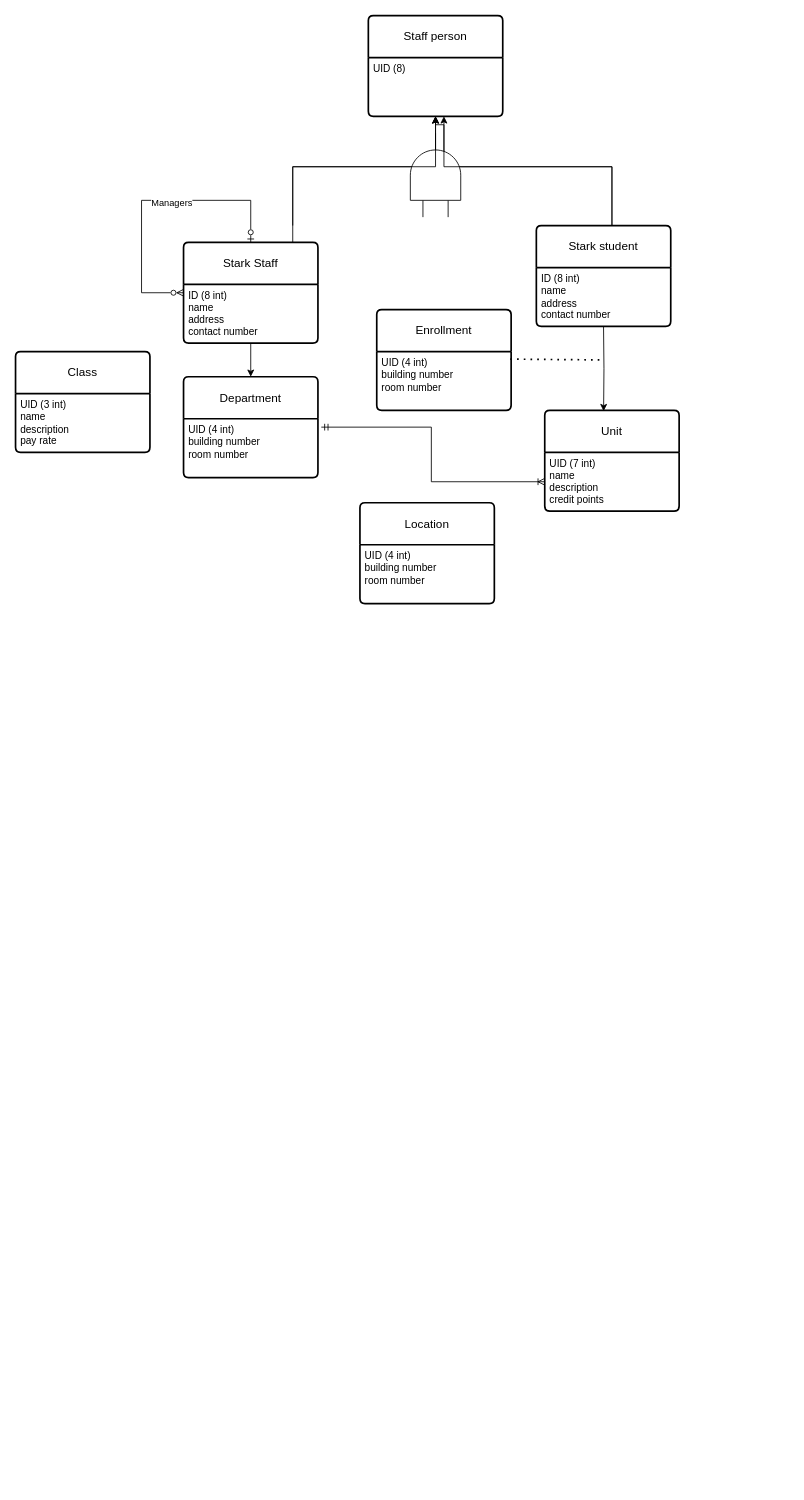
The draw.io diagram Untitled Diagram.drawio in Trivoz/Trivoz, before the edit. Source tidied: cells renumbered, new cells numbered last; positions are measured from the earlier drawing's top-left corner, leaving out a move shared by most shapes. Both pictures are drawn from the tidied source at 84%, with x=0, y=0 at pixel (15, 15).
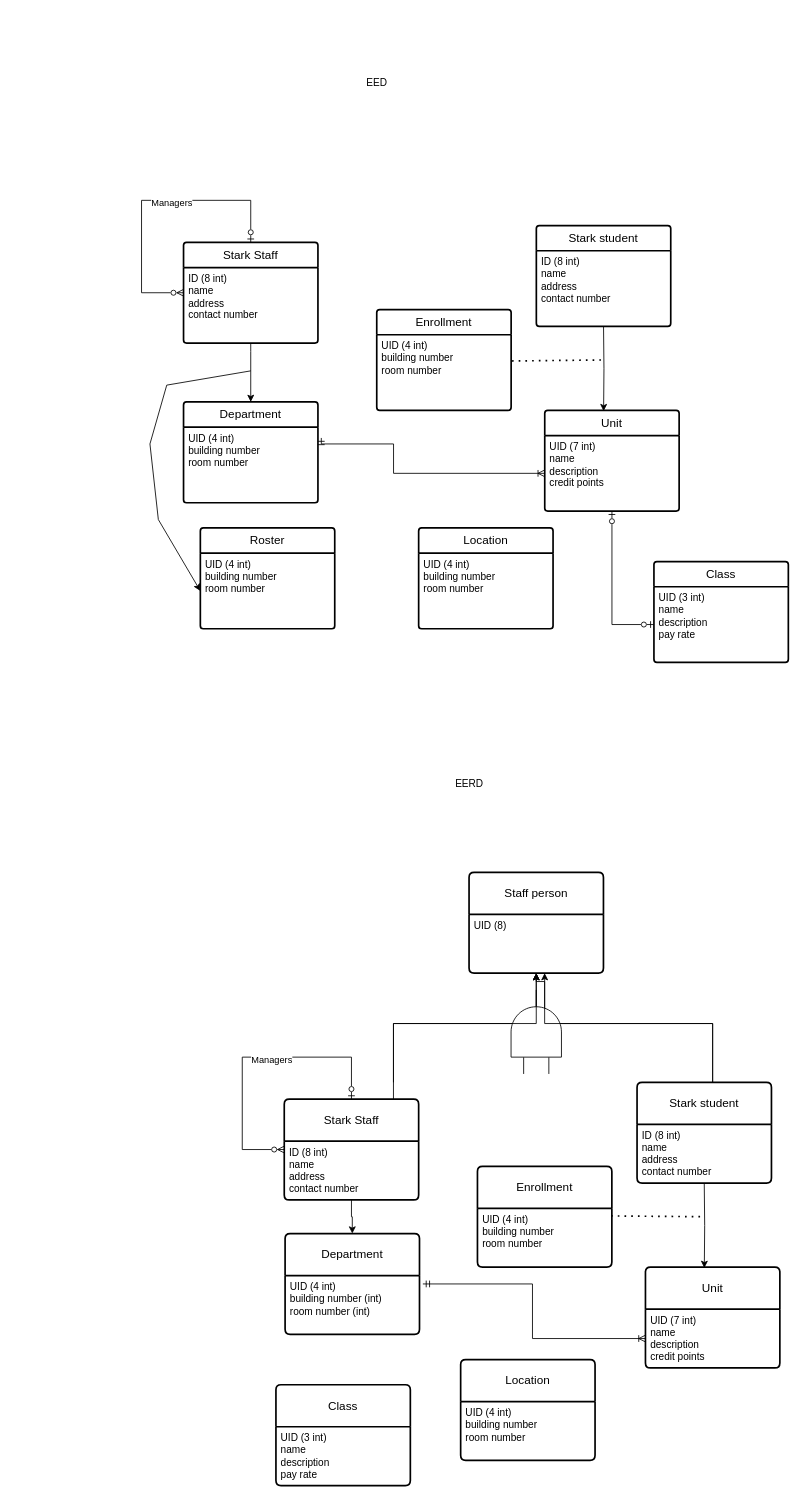
The same page after the edit.

Change to the diagram source:
```diff
@@
-    <mxCell id="2" style="edgeStyle=orthogonalEdgeStyle;rounded=0;jettySize=auto;html=1;" parent="1" edge="1" source="5" target="11">
-      <mxGeometry relative="1" as="geometry">
-        <Array as="points">
-          <mxPoint x="330" y="180" />
-          <mxPoint x="500" y="180" />
-        </Array>
-      </mxGeometry>
-    </mxCell>
@@
-    <mxCell id="5" value="Stark Staff" style="swimlane;horizontal=1;startSize=50;rounded=1;fontSize=14;fontStyle=0;strokeWidth=2;shadow=0;dashed=0;align=center;arcSize=4;whiteSpace=wrap;html=1;" parent="1" vertex="1">
+    <mxCell id="5" value="Stark Staff" style="swimlane;horizontal=1;startSize=30;rounded=1;fontSize=14;fontStyle=0;strokeWidth=2;shadow=0;dashed=0;align=center;arcSize=4;whiteSpace=wrap;html=1;" parent="1" vertex="1">
       <mxGeometry x="200" y="270" width="160" height="120" as="geometry" />
     </mxCell>
     <mxCell id="6" value="ID (8 int)&lt;br style=&quot;border-color: var(--border-color);&quot;&gt;name&lt;br style=&quot;border-color: var(--border-color);&quot;&gt;address&lt;br style=&quot;border-color: var(--border-color);&quot;&gt;contact number" style="align=left;strokeColor=none;fillColor=none;spacingLeft=4;fontSize=12;verticalAlign=top;html=1;" parent="5" vertex="1">
-      <mxGeometry y="50" width="160" height="70" as="geometry" />
+      <mxGeometry y="30" width="160" height="90" as="geometry" />
     </mxCell>
-    <mxCell id="7" style="edgeStyle=orthogonalEdgeStyle;rounded=0;jettySize=auto;html=1;entryX=0.5;entryY=1;entryDx=0;entryDy=0;" parent="1" edge="1" source="8" target="11">
-      <mxGeometry relative="1" as="geometry">
-        <Array as="points">
-          <mxPoint x="710" y="180" />
-          <mxPoint x="510" y="180" />
-          <mxPoint x="510" y="130" />
-          <mxPoint x="500" y="130" />
-        </Array>
-      </mxGeometry>
-    </mxCell>
-    <mxCell id="8" value="Stark student" style="swimlane;horizontal=1;startSize=50;rounded=1;fontSize=14;fontStyle=0;strokeWidth=2;shadow=0;dashed=0;align=center;arcSize=4;whiteSpace=wrap;html=1;" parent="1" vertex="1">
+    <mxCell id="8" value="Stark student" style="swimlane;horizontal=1;startSize=30;rounded=1;fontSize=14;fontStyle=0;strokeWidth=2;shadow=0;dashed=0;align=center;arcSize=4;whiteSpace=wrap;html=1;" parent="1" vertex="1">
       <mxGeometry x="620" y="250" width="160" height="120" as="geometry" />
     </mxCell>
     <mxCell id="9" value="ID (8 int)&lt;br&gt;name&lt;br&gt;address&lt;br&gt;contact number" style="align=left;strokeColor=none;fillColor=none;spacingLeft=4;fontSize=12;verticalAlign=top;html=1;" parent="8" vertex="1">
-      <mxGeometry y="50" width="160" height="70" as="geometry" />
+      <mxGeometry y="30" width="160" height="90" as="geometry" />
     </mxCell>
-    <mxCell id="10" value="Staff person" style="swimlane;horizontal=1;startSize=50;rounded=1;fontSize=14;fontStyle=0;strokeWidth=2;shadow=0;dashed=0;align=center;arcSize=4;whiteSpace=wrap;html=1;" parent="1" vertex="1">
-      <mxGeometry x="420" width="160" height="120" as="geometry" />
-    </mxCell>
-    <mxCell id="11" value="UID (8)" style="align=left;strokeColor=none;fillColor=none;spacingLeft=4;fontSize=12;verticalAlign=top;html=1;" parent="10" vertex="1">
-      <mxGeometry y="50" width="160" height="70" as="geometry" />
-    </mxCell>
-    <mxCell id="12" style="verticalLabelPosition=bottom;shadow=0;dashed=0;align=center;html=1;verticalAlign=top;shape=mxgraph.electrical.logic_gates.logic_gate;operation=and;rotation=-90;" parent="1" vertex="1">
-      <mxGeometry x="450" y="160" width="100" height="60" as="geometry" />
-    </mxCell>
-    <mxCell id="13" style="edgeStyle=orthogonalEdgeStyle;rounded=0;orthogonalLoop=1;jettySize=auto;html=1;entryX=0.5;entryY=1;entryDx=0;entryDy=0;" parent="1" edge="1">
-      <mxGeometry relative="1" as="geometry">
-        <mxPoint x="710" y="250" as="sourcePoint" />
-        <mxPoint x="510" y="120" as="targetPoint" />
-        <Array as="points">
-          <mxPoint x="710" y="180" />
-          <mxPoint x="510" y="180" />
-        </Array>
-      </mxGeometry>
-    </mxCell>
-    <mxCell id="14" style="edgeStyle=orthogonalEdgeStyle;rounded=0;jettySize=auto;html=1;entryX=0.5;entryY=1;entryDx=0;entryDy=0;" parent="1" edge="1" target="11">
-      <mxGeometry relative="1" as="geometry">
-        <mxPoint x="330" y="250" as="sourcePoint" />
-        <Array as="points">
-          <mxPoint x="330" y="180" />
-          <mxPoint x="500" y="180" />
-        </Array>
-      </mxGeometry>
-    </mxCell>
-    <mxCell id="15" value="Class" style="swimlane;horizontal=1;startSize=50;rounded=1;fontSize=14;fontStyle=0;strokeWidth=2;shadow=0;dashed=0;align=center;arcSize=4;whiteSpace=wrap;html=1;" parent="1" vertex="1">
-      <mxGeometry y="400" width="160" height="120" as="geometry" />
+    <mxCell id="15" value="Class" style="swimlane;horizontal=1;startSize=30;rounded=1;fontSize=14;fontStyle=0;strokeWidth=2;shadow=0;dashed=0;align=center;arcSize=4;whiteSpace=wrap;html=1;" parent="1" vertex="1">
+      <mxGeometry x="760" y="650" width="160" height="120" as="geometry" />
     </mxCell>
     <mxCell id="16" value="UID (3 int)&lt;br&gt;name&lt;br&gt;description&lt;br&gt;pay rate" style="align=left;strokeColor=none;fillColor=none;spacingLeft=4;fontSize=12;verticalAlign=top;html=1;" parent="15" vertex="1">
-      <mxGeometry y="50" width="160" height="70" as="geometry" />
+      <mxGeometry y="30" width="160" height="90" as="geometry" />
     </mxCell>
-    <mxCell id="17" value="Location" style="swimlane;horizontal=1;startSize=50;rounded=1;fontSize=14;fontStyle=0;strokeWidth=2;shadow=0;dashed=0;align=center;arcSize=4;whiteSpace=wrap;html=1;" parent="1" vertex="1">
-      <mxGeometry x="410" y="580" width="160" height="120" as="geometry" />
+    <mxCell id="17" value="Location" style="swimlane;horizontal=1;startSize=30;rounded=1;fontSize=14;fontStyle=0;strokeWidth=2;shadow=0;dashed=0;align=center;arcSize=4;whiteSpace=wrap;html=1;" parent="1" vertex="1">
+      <mxGeometry x="479.9" y="610" width="160" height="120" as="geometry" />
     </mxCell>
     <mxCell id="18" value="UID (4 int)&lt;br&gt;building number&amp;nbsp;&lt;br&gt;room number&lt;span style=&quot;white-space: pre;&quot;&gt; &lt;/span&gt;" style="align=left;strokeColor=none;fillColor=none;spacingLeft=4;fontSize=12;verticalAlign=top;html=1;" parent="17" vertex="1">
-      <mxGeometry y="50" width="160" height="70" as="geometry" />
+      <mxGeometry y="30" width="160" height="90" as="geometry" />
     </mxCell>
-    <mxCell id="19" value="Unit" style="swimlane;horizontal=1;startSize=50;rounded=1;fontSize=14;fontStyle=0;strokeWidth=2;shadow=0;dashed=0;align=center;arcSize=4;whiteSpace=wrap;html=1;" parent="1" vertex="1">
+    <mxCell id="19" value="Unit" style="swimlane;horizontal=1;startSize=30;rounded=1;fontSize=14;fontStyle=0;strokeWidth=2;shadow=0;dashed=0;align=center;arcSize=4;whiteSpace=wrap;html=1;" parent="1" vertex="1">
       <mxGeometry x="630" y="470" width="160" height="120" as="geometry" />
     </mxCell>
     <mxCell id="20" value="UID (7 int)&lt;br&gt;name&lt;br&gt;description&lt;br&gt;credit points" style="align=left;strokeColor=none;fillColor=none;spacingLeft=4;fontSize=12;verticalAlign=top;html=1;" parent="19" vertex="1">
-      <mxGeometry y="50" width="160" height="70" as="geometry" />
+      <mxGeometry y="30" width="160" height="90" as="geometry" />
     </mxCell>
-    <mxCell id="21" value="Enrollment" style="swimlane;horizontal=1;startSize=50;rounded=1;fontSize=14;fontStyle=0;strokeWidth=2;shadow=0;dashed=0;align=center;arcSize=4;whiteSpace=wrap;html=1;" parent="1" vertex="1">
+    <mxCell id="21" value="Enrollment" style="swimlane;horizontal=1;startSize=30;rounded=1;fontSize=14;fontStyle=0;strokeWidth=2;shadow=0;dashed=0;align=center;arcSize=4;whiteSpace=wrap;html=1;" parent="1" vertex="1">
       <mxGeometry x="430" y="350" width="160" height="120" as="geometry" />
     </mxCell>
     <mxCell id="22" value="UID (4 int)&lt;br&gt;building number&amp;nbsp;&lt;br&gt;room number&lt;span style=&quot;white-space: pre;&quot;&gt; &lt;/span&gt;" style="align=left;strokeColor=none;fillColor=none;spacingLeft=4;fontSize=12;verticalAlign=top;html=1;" parent="21" vertex="1">
-      <mxGeometry y="50" width="160" height="70" as="geometry" />
+      <mxGeometry y="30" width="160" height="90" as="geometry" />
     </mxCell>
@@
-    <mxCell id="24" style="endArrow=none;dashed=1;html=1;dashPattern=1 3;strokeWidth=2;rounded=0;exitX=0.994;exitY=0.129;exitDx=0;exitDy=0;exitPerimeter=0;" parent="1" edge="1" source="22">
+    <mxCell id="24" style="endArrow=none;dashed=1;html=1;dashPattern=1 3;strokeWidth=2;rounded=0;exitX=1.006;exitY=0.347;exitDx=0;exitDy=0;exitPerimeter=0;" parent="1" edge="1" source="22">
       <mxGeometry relative="1" as="geometry">
         <mxPoint x="700" y="410" as="targetPoint" />
       </mxGeometry>
     </mxCell>
-    <mxCell id="25" value="Department" style="swimlane;horizontal=1;startSize=50;rounded=1;fontSize=14;fontStyle=0;strokeWidth=2;shadow=0;dashed=0;align=center;arcSize=4;whiteSpace=wrap;html=1;" parent="1" vertex="1">
-      <mxGeometry x="200" y="430" width="160" height="120" as="geometry" />
+    <mxCell id="25" value="Department" style="swimlane;horizontal=1;startSize=30;rounded=1;fontSize=14;fontStyle=0;strokeWidth=2;shadow=0;dashed=0;align=center;arcSize=4;whiteSpace=wrap;html=1;" parent="1" vertex="1">
+      <mxGeometry x="200" y="460" width="160" height="120" as="geometry" />
     </mxCell>
     <mxCell id="26" value="UID (4 int)&lt;br&gt;building number&amp;nbsp;&lt;br&gt;room number&lt;span style=&quot;white-space: pre;&quot;&gt; &lt;/span&gt;" style="align=left;strokeColor=none;fillColor=none;spacingLeft=4;fontSize=12;verticalAlign=top;html=1;" parent="25" vertex="1">
-      <mxGeometry y="50" width="160" height="70" as="geometry" />
+      <mxGeometry y="30" width="160" height="90" as="geometry" />
     </mxCell>
     <mxCell id="27" style="edgeStyle=orthogonalEdgeStyle;rounded=0;jettySize=auto;html=1;entryX=0.5;entryY=0;entryDx=0;entryDy=0;" parent="1" edge="1" source="6" target="25">
-      <mxGeometry relative="1" as="geometry" />
+      <mxGeometry relative="1" as="geometry">
+        <Array as="points">
+          <mxPoint x="280" y="400" />
+          <mxPoint x="280" y="400" />
+        </Array>
+      </mxGeometry>
     </mxCell>
     <mxCell id="28" style="edgeStyle=orthogonalEdgeStyle;rounded=0;jettySize=auto;html=1;entryX=1.025;entryY=0.143;entryDx=0;entryDy=0;entryPerimeter=0;endArrow=ERmandOne;endFill=0;startArrow=ERoneToMany;startFill=0;" parent="1" edge="1" source="20" target="26">
-      <mxGeometry relative="1" as="geometry" />
+      <mxGeometry relative="1" as="geometry">
+        <Array as="points">
+          <mxPoint x="450" y="545" />
+          <mxPoint x="450" y="510" />
+          <mxPoint x="364" y="510" />
+        </Array>
+      </mxGeometry>
     </mxCell>
+    <mxCell id="29" style="edgeStyle=orthogonalEdgeStyle;rounded=0;jettySize=auto;html=1;" parent="1" edge="1" source="32" target="11">
+      <mxGeometry relative="1" as="geometry">
+        <Array as="points">
+          <mxPoint x="449.9" y="1200" />
+          <mxPoint x="619.9" y="1200" />
+        </Array>
+      </mxGeometry>
+    </mxCell>
+    <mxCell id="30" style="edgeStyle=orthogonalEdgeStyle;rounded=0;orthogonalLoop=1;jettySize=auto;html=1;entryX=0.5;entryY=0;entryDx=0;entryDy=0;startArrow=ERzeroToMany;startFill=0;endArrow=ERzeroToOne;endFill=0;" parent="1" edge="1" source="32" target="32">
+      <mxGeometry relative="1" as="geometry">
+        <Array as="points">
+          <mxPoint x="269.9" y="1350" />
+          <mxPoint x="269.9" y="1240" />
+          <mxPoint x="399.9" y="1240" />
+        </Array>
+      </mxGeometry>
+    </mxCell>
+    <mxCell id="31" value="Managers" style="edgeLabel;html=1;align=center;verticalAlign=middle;" parent="30" vertex="1">
+      <mxGeometry x="0.15" y="-2" relative="1" as="geometry" />
+    </mxCell>
+    <mxCell id="32" value="Stark Staff" style="swimlane;horizontal=1;startSize=50;rounded=1;fontSize=14;fontStyle=0;strokeWidth=2;shadow=0;dashed=0;align=center;arcSize=4;whiteSpace=wrap;html=1;" parent="1" vertex="1">
+      <mxGeometry x="319.9" y="1290" width="160" height="120" as="geometry" />
+    </mxCell>
+    <mxCell id="33" value="ID (8 int)&lt;br style=&quot;border-color: var(--border-color);&quot;&gt;name&lt;br style=&quot;border-color: var(--border-color);&quot;&gt;address&lt;br style=&quot;border-color: var(--border-color);&quot;&gt;contact number" style="align=left;strokeColor=none;fillColor=none;spacingLeft=4;fontSize=12;verticalAlign=top;html=1;" parent="32" vertex="1">
+      <mxGeometry y="50" width="160" height="70" as="geometry" />
+    </mxCell>
+    <mxCell id="34" style="edgeStyle=orthogonalEdgeStyle;rounded=0;jettySize=auto;html=1;entryX=0.5;entryY=1;entryDx=0;entryDy=0;" parent="1" edge="1" source="35" target="11">
+      <mxGeometry relative="1" as="geometry">
+        <Array as="points">
+          <mxPoint x="829.9" y="1200" />
+          <mxPoint x="629.9" y="1200" />
+          <mxPoint x="629.9" y="1150" />
+          <mxPoint x="619.9" y="1150" />
+        </Array>
+      </mxGeometry>
+    </mxCell>
+    <mxCell id="35" value="Stark student" style="swimlane;horizontal=1;startSize=50;rounded=1;fontSize=14;fontStyle=0;strokeWidth=2;shadow=0;dashed=0;align=center;arcSize=4;whiteSpace=wrap;html=1;" parent="1" vertex="1">
+      <mxGeometry x="739.9" y="1270" width="160" height="120" as="geometry" />
+    </mxCell>
+    <mxCell id="36" value="ID (8 int)&lt;br&gt;name&lt;br&gt;address&lt;br&gt;contact number" style="align=left;strokeColor=none;fillColor=none;spacingLeft=4;fontSize=12;verticalAlign=top;html=1;" parent="35" vertex="1">
+      <mxGeometry y="50" width="160" height="70" as="geometry" />
+    </mxCell>
+    <mxCell id="10" value="Staff person" style="swimlane;horizontal=1;startSize=50;rounded=1;fontSize=14;fontStyle=0;strokeWidth=2;shadow=0;dashed=0;align=center;arcSize=4;whiteSpace=wrap;html=1;" parent="1" vertex="1">
+      <mxGeometry x="539.9" y="1020" width="160" height="120" as="geometry" />
+    </mxCell>
+    <mxCell id="11" value="UID (8)" style="align=left;strokeColor=none;fillColor=none;spacingLeft=4;fontSize=12;verticalAlign=top;html=1;" parent="10" vertex="1">
+      <mxGeometry y="50" width="160" height="70" as="geometry" />
+    </mxCell>
+    <mxCell id="37" style="verticalLabelPosition=bottom;shadow=0;dashed=0;align=center;html=1;verticalAlign=top;shape=mxgraph.electrical.logic_gates.logic_gate;operation=and;rotation=-90;" parent="1" vertex="1">
+      <mxGeometry x="569.9" y="1180" width="100" height="60" as="geometry" />
+    </mxCell>
+    <mxCell id="38" style="edgeStyle=orthogonalEdgeStyle;rounded=0;orthogonalLoop=1;jettySize=auto;html=1;entryX=0.5;entryY=1;entryDx=0;entryDy=0;" parent="1" edge="1">
+      <mxGeometry relative="1" as="geometry">
+        <mxPoint x="829.9" y="1270" as="sourcePoint" />
+        <mxPoint x="629.9" y="1140" as="targetPoint" />
+        <Array as="points">
+          <mxPoint x="829.9" y="1200" />
+          <mxPoint x="629.9" y="1200" />
+        </Array>
+      </mxGeometry>
+    </mxCell>
+    <mxCell id="39" style="edgeStyle=orthogonalEdgeStyle;rounded=0;jettySize=auto;html=1;entryX=0.5;entryY=1;entryDx=0;entryDy=0;" parent="1" edge="1" target="11">
+      <mxGeometry relative="1" as="geometry">
+        <mxPoint x="449.9" y="1270" as="sourcePoint" />
+        <Array as="points">
+          <mxPoint x="449.9" y="1200" />
+          <mxPoint x="619.9" y="1200" />
+        </Array>
+      </mxGeometry>
+    </mxCell>
+    <mxCell id="40" value="Class" style="swimlane;horizontal=1;startSize=50;rounded=1;fontSize=14;fontStyle=0;strokeWidth=2;shadow=0;dashed=0;align=center;arcSize=4;whiteSpace=wrap;html=1;" parent="1" vertex="1">
+      <mxGeometry x="310" y="1630" width="160" height="120" as="geometry" />
+    </mxCell>
+    <mxCell id="41" value="UID (3 int)&lt;br&gt;name&lt;br&gt;description&lt;br&gt;pay rate" style="align=left;strokeColor=none;fillColor=none;spacingLeft=4;fontSize=12;verticalAlign=top;html=1;" parent="40" vertex="1">
+      <mxGeometry y="50" width="160" height="70" as="geometry" />
+    </mxCell>
+    <mxCell id="42" value="Location" style="swimlane;horizontal=1;startSize=50;rounded=1;fontSize=14;fontStyle=0;strokeWidth=2;shadow=0;dashed=0;align=center;arcSize=4;whiteSpace=wrap;html=1;" parent="1" vertex="1">
+      <mxGeometry x="529.9" y="1600" width="160" height="120" as="geometry" />
+    </mxCell>
+    <mxCell id="43" value="UID (4 int)&lt;br&gt;building number&amp;nbsp;&lt;br&gt;room number&lt;span style=&quot;white-space: pre;&quot;&gt; &lt;/span&gt;" style="align=left;strokeColor=none;fillColor=none;spacingLeft=4;fontSize=12;verticalAlign=top;html=1;" parent="42" vertex="1">
+      <mxGeometry y="50" width="160" height="70" as="geometry" />
+    </mxCell>
+    <mxCell id="44" value="Unit" style="swimlane;horizontal=1;startSize=50;rounded=1;fontSize=14;fontStyle=0;strokeWidth=2;shadow=0;dashed=0;align=center;arcSize=4;whiteSpace=wrap;html=1;" parent="1" vertex="1">
+      <mxGeometry x="749.9" y="1490" width="160" height="120" as="geometry" />
+    </mxCell>
+    <mxCell id="45" value="UID (7 int)&lt;br&gt;name&lt;br&gt;description&lt;br&gt;credit points" style="align=left;strokeColor=none;fillColor=none;spacingLeft=4;fontSize=12;verticalAlign=top;html=1;" parent="44" vertex="1">
+      <mxGeometry y="50" width="160" height="70" as="geometry" />
+    </mxCell>
+    <mxCell id="46" value="Enrollment" style="swimlane;horizontal=1;startSize=50;rounded=1;fontSize=14;fontStyle=0;strokeWidth=2;shadow=0;dashed=0;align=center;arcSize=4;whiteSpace=wrap;html=1;" parent="1" vertex="1">
+      <mxGeometry x="549.9" y="1370" width="160" height="120" as="geometry" />
+    </mxCell>
+    <mxCell id="47" value="UID (4 int)&lt;br&gt;building number&amp;nbsp;&lt;br&gt;room number&lt;span style=&quot;white-space: pre;&quot;&gt; &lt;/span&gt;" style="align=left;strokeColor=none;fillColor=none;spacingLeft=4;fontSize=12;verticalAlign=top;html=1;" parent="46" vertex="1">
+      <mxGeometry y="50" width="160" height="70" as="geometry" />
+    </mxCell>
+    <mxCell id="48" style="edgeStyle=orthogonalEdgeStyle;rounded=0;jettySize=auto;html=1;entryX=0.438;entryY=0.008;entryDx=0;entryDy=0;entryPerimeter=0;" parent="1" edge="1" target="44">
+      <mxGeometry relative="1" as="geometry">
+        <mxPoint x="819.9" y="1390" as="sourcePoint" />
+      </mxGeometry>
+    </mxCell>
+    <mxCell id="49" style="endArrow=none;dashed=1;html=1;dashPattern=1 3;strokeWidth=2;rounded=0;exitX=0.994;exitY=0.129;exitDx=0;exitDy=0;exitPerimeter=0;" parent="1" edge="1" source="47">
+      <mxGeometry relative="1" as="geometry">
+        <mxPoint x="819.9" y="1430" as="targetPoint" />
+      </mxGeometry>
+    </mxCell>
+    <mxCell id="50" value="Department" style="swimlane;horizontal=1;startSize=50;rounded=1;fontSize=14;fontStyle=0;strokeWidth=2;shadow=0;dashed=0;align=center;arcSize=4;whiteSpace=wrap;html=1;" parent="1" vertex="1">
+      <mxGeometry x="320.9" y="1450" width="160" height="120" as="geometry" />
+    </mxCell>
+    <mxCell id="51" value="UID (4 int)&lt;br&gt;building number (int)&lt;br&gt;room number&lt;span style=&quot;white-space: pre;&quot;&gt; (int)&lt;/span&gt;" style="align=left;strokeColor=none;fillColor=none;spacingLeft=4;fontSize=12;verticalAlign=top;html=1;" parent="50" vertex="1">
+      <mxGeometry y="50" width="160" height="70" as="geometry" />
+    </mxCell>
+    <mxCell id="52" style="edgeStyle=orthogonalEdgeStyle;rounded=0;jettySize=auto;html=1;entryX=0.5;entryY=0;entryDx=0;entryDy=0;" parent="1" edge="1" source="33" target="50">
+      <mxGeometry relative="1" as="geometry" />
+    </mxCell>
+    <mxCell id="53" style="edgeStyle=orthogonalEdgeStyle;rounded=0;jettySize=auto;html=1;entryX=1.025;entryY=0.143;entryDx=0;entryDy=0;entryPerimeter=0;endArrow=ERmandOne;endFill=0;startArrow=ERoneToMany;startFill=0;" parent="1" edge="1" source="45" target="51">
+      <mxGeometry relative="1" as="geometry" />
+    </mxCell>
+    <mxCell id="54" style="edgeStyle=orthogonalEdgeStyle;rounded=0;jettySize=auto;html=1;exitX=0.5;exitY=1;exitDx=0;exitDy=0;entryX=0;entryY=0.5;entryDx=0;entryDy=0;endArrow=ERzeroToOne;endFill=0;startArrow=ERzeroToOne;startFill=0;" parent="1" edge="1" source="20" target="16">
+      <mxGeometry relative="1" as="geometry" />
+    </mxCell>
+    <mxCell id="55" value="Roster" style="swimlane;horizontal=1;startSize=30;rounded=1;fontSize=14;fontStyle=0;strokeWidth=2;shadow=0;dashed=0;align=center;arcSize=4;whiteSpace=wrap;html=1;" parent="1" vertex="1">
+      <mxGeometry x="220" y="610" width="160" height="120" as="geometry" />
+    </mxCell>
+    <mxCell id="56" value="UID (4 int)&lt;br&gt;building number&amp;nbsp;&lt;br&gt;room number&lt;span style=&quot;white-space: pre;&quot;&gt; &lt;/span&gt;" style="align=left;strokeColor=none;fillColor=none;spacingLeft=4;fontSize=12;verticalAlign=top;html=1;" parent="55" vertex="1">
+      <mxGeometry y="30" width="160" height="90" as="geometry" />
+    </mxCell>
+    <mxCell id="57" value="EERD" style="text;html=1;align=center;verticalAlign=middle;strokeColor=none;fillColor=none;" parent="1" vertex="1">
+      <mxGeometry x="509.9" y="900" width="60" height="30" as="geometry" />
+    </mxCell>
+    <mxCell id="58" style="endArrow=classic;html=1;rounded=0;entryX=0;entryY=0.5;entryDx=0;entryDy=0;" parent="1" edge="1" target="56">
+      <mxGeometry relative="1" as="geometry">
+        <mxPoint x="280" y="423" as="sourcePoint" />
+        <Array as="points">
+          <mxPoint x="180" y="440" />
+          <mxPoint x="160" y="510" />
+          <mxPoint x="170" y="600" />
+        </Array>
+      </mxGeometry>
+    </mxCell>
+    <mxCell id="59" value="EED" style="text;html=1;align=center;verticalAlign=middle;strokeColor=none;fillColor=none;strokeWidth=12;" parent="1" vertex="1">
+      <mxGeometry x="405" y="65" width="50" height="30" as="geometry" />
+    </mxCell>
```
